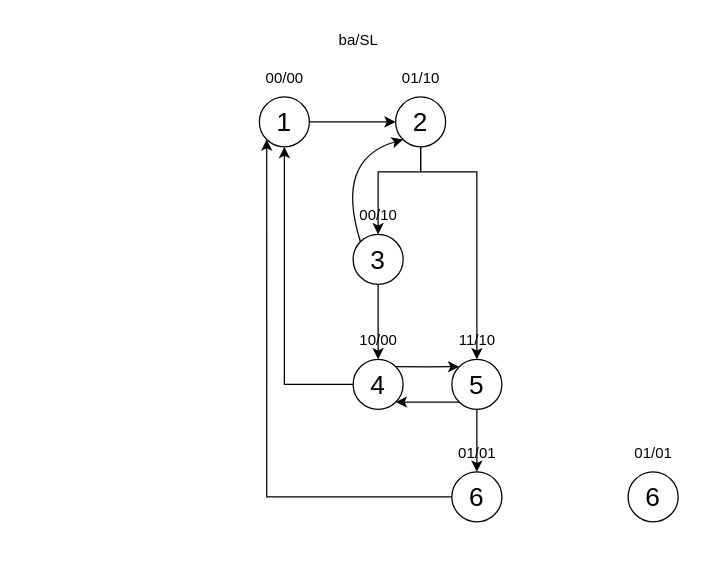
Before: médian exo3 2ème essai.drawio in Riuza-c-137/diagrams.net-default_repo, a draw.io diagram. Source tidied: cells renumbered, new cells numbered last; positions are measured from the earlier drawing's top-left corner, leaving out a move shared by most shapes. Both pictures are drawn from the tidied source at 125%, with x=0, y=0 at pixel (252, 21).
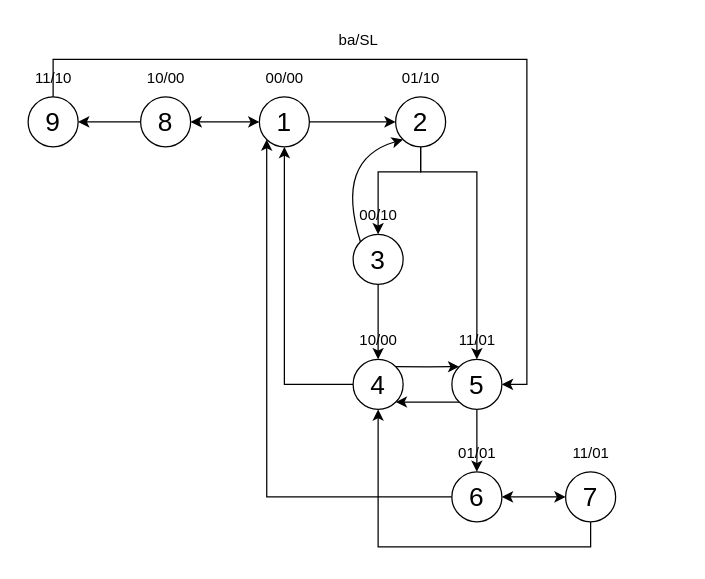
Above is the later version.

Commit message:
Mettre à jour médian exo3 2ème essai.drawio

Unchanged cells that the change refers to:
```xml
<mxCell id="4" value="&lt;font style=&quot;font-size: 21px;&quot;&gt;1&lt;/font&gt;" style="ellipse;whiteSpace=wrap;html=1;" parent="1" vertex="1">
  <mxGeometry x="5" y="60" width="40" height="40" as="geometry" />
</mxCell>
<mxCell id="14" value="&lt;font style=&quot;font-size: 21px;&quot;&gt;4&lt;/font&gt;" style="ellipse;whiteSpace=wrap;html=1;" parent="1" vertex="1">
  <mxGeometry x="80" y="270" width="40" height="40" as="geometry" />
</mxCell>
<mxCell id="18" value="&lt;font style=&quot;font-size: 21px;&quot;&gt;5&lt;/font&gt;" style="ellipse;whiteSpace=wrap;html=1;" parent="1" vertex="1">
  <mxGeometry x="159" y="270" width="40" height="40" as="geometry" />
</mxCell>
<mxCell id="21" value="&lt;font style=&quot;font-size: 21px;&quot;&gt;6&lt;/font&gt;" style="ellipse;whiteSpace=wrap;html=1;" parent="1" vertex="1">
  <mxGeometry x="159" y="360" width="40" height="40" as="geometry" />
</mxCell>
```

What changed in the source:
```diff
@@
-    <mxCell id="19" value="11/10" style="text;html=1;align=center;verticalAlign=middle;strokeColor=none;fillColor=none;" parent="1" vertex="1">
+    <mxCell id="19" value="11/01" style="text;html=1;align=center;verticalAlign=middle;strokeColor=none;fillColor=none;" parent="1" vertex="1">
       <mxGeometry x="154" y="240" width="50" height="30" as="geometry" />
     </mxCell>
@@
+    <mxCell id="27" style="edgeStyle=orthogonalEdgeStyle;rounded=0;jettySize=auto;html=1;exitX=0.5;exitY=1;exitDx=0;exitDy=0;entryX=0.5;entryY=1;entryDx=0;entryDy=0;" parent="1" edge="1" source="25" target="14">
+      <mxGeometry relative="1" as="geometry" />
+    </mxCell>
-    <mxCell id="25" value="&lt;font style=&quot;font-size: 21px;&quot;&gt;6&lt;/font&gt;" style="ellipse;whiteSpace=wrap;html=1;" parent="1" vertex="1">
-      <mxGeometry x="300" y="360" width="40" height="40" as="geometry" />
+    <mxCell id="25" value="&lt;span style=&quot;font-size: 21px;&quot;&gt;7&lt;/span&gt;" style="ellipse;whiteSpace=wrap;html=1;" parent="1" vertex="1">
+      <mxGeometry x="250" y="360" width="40" height="40" as="geometry" />
     </mxCell>
-    <mxCell id="26" value="01/01" style="text;html=1;align=center;verticalAlign=middle;strokeColor=none;fillColor=none;" parent="1" vertex="1">
-      <mxGeometry x="295" y="330" width="50" height="30" as="geometry" />
+    <mxCell id="26" value="11/01" style="text;html=1;align=center;verticalAlign=middle;strokeColor=none;fillColor=none;" parent="1" vertex="1">
+      <mxGeometry x="245" y="330" width="50" height="30" as="geometry" />
     </mxCell>
+    <mxCell id="28" value="&lt;span style=&quot;font-size: 21px;&quot;&gt;8&lt;/span&gt;" style="ellipse;whiteSpace=wrap;html=1;" parent="1" vertex="1">
+      <mxGeometry x="-90" y="60" width="40" height="40" as="geometry" />
+    </mxCell>
+    <mxCell id="29" value="10/00" style="text;html=1;align=center;verticalAlign=middle;strokeColor=none;fillColor=none;" parent="1" vertex="1">
+      <mxGeometry x="-95" y="30" width="50" height="30" as="geometry" />
+    </mxCell>
+    <mxCell id="30" style="endArrow=classic;startArrow=classic;html=1;rounded=0;exitX=1;exitY=0.5;exitDx=0;exitDy=0;" parent="1" edge="1" source="28" target="4">
+      <mxGeometry relative="1" as="geometry" />
+    </mxCell>
+    <mxCell id="31" style="endArrow=classic;startArrow=classic;html=1;rounded=0;exitX=1;exitY=0.5;exitDx=0;exitDy=0;" parent="1" edge="1" source="21" target="25">
+      <mxGeometry relative="1" as="geometry" />
+    </mxCell>
+    <mxCell id="32" style="edgeStyle=orthogonalEdgeStyle;rounded=0;jettySize=auto;html=1;exitX=0.5;exitY=0;exitDx=0;exitDy=0;entryX=1;entryY=0.5;entryDx=0;entryDy=0;" parent="1" edge="1" source="33" target="18">
+      <mxGeometry relative="1" as="geometry">
+        <Array as="points">
+          <mxPoint x="-160" y="30" />
+          <mxPoint x="219" y="30" />
+          <mxPoint x="219" y="290" />
+        </Array>
+      </mxGeometry>
+    </mxCell>
+    <mxCell id="33" value="&lt;span style=&quot;font-size: 21px;&quot;&gt;9&lt;/span&gt;" style="ellipse;whiteSpace=wrap;html=1;" parent="1" vertex="1">
+      <mxGeometry x="-180" y="60" width="40" height="40" as="geometry" />
+    </mxCell>
+    <mxCell id="34" value="11/10" style="text;html=1;align=center;verticalAlign=middle;strokeColor=none;fillColor=none;" parent="1" vertex="1">
+      <mxGeometry x="-185" y="30" width="50" height="30" as="geometry" />
+    </mxCell>
+    <mxCell id="35" style="endArrow=classic;html=1;rounded=0;exitX=0;exitY=0.5;exitDx=0;exitDy=0;entryX=1;entryY=0.5;entryDx=0;entryDy=0;" parent="1" edge="1" source="28" target="33">
+      <mxGeometry relative="1" as="geometry" />
+    </mxCell>
```
